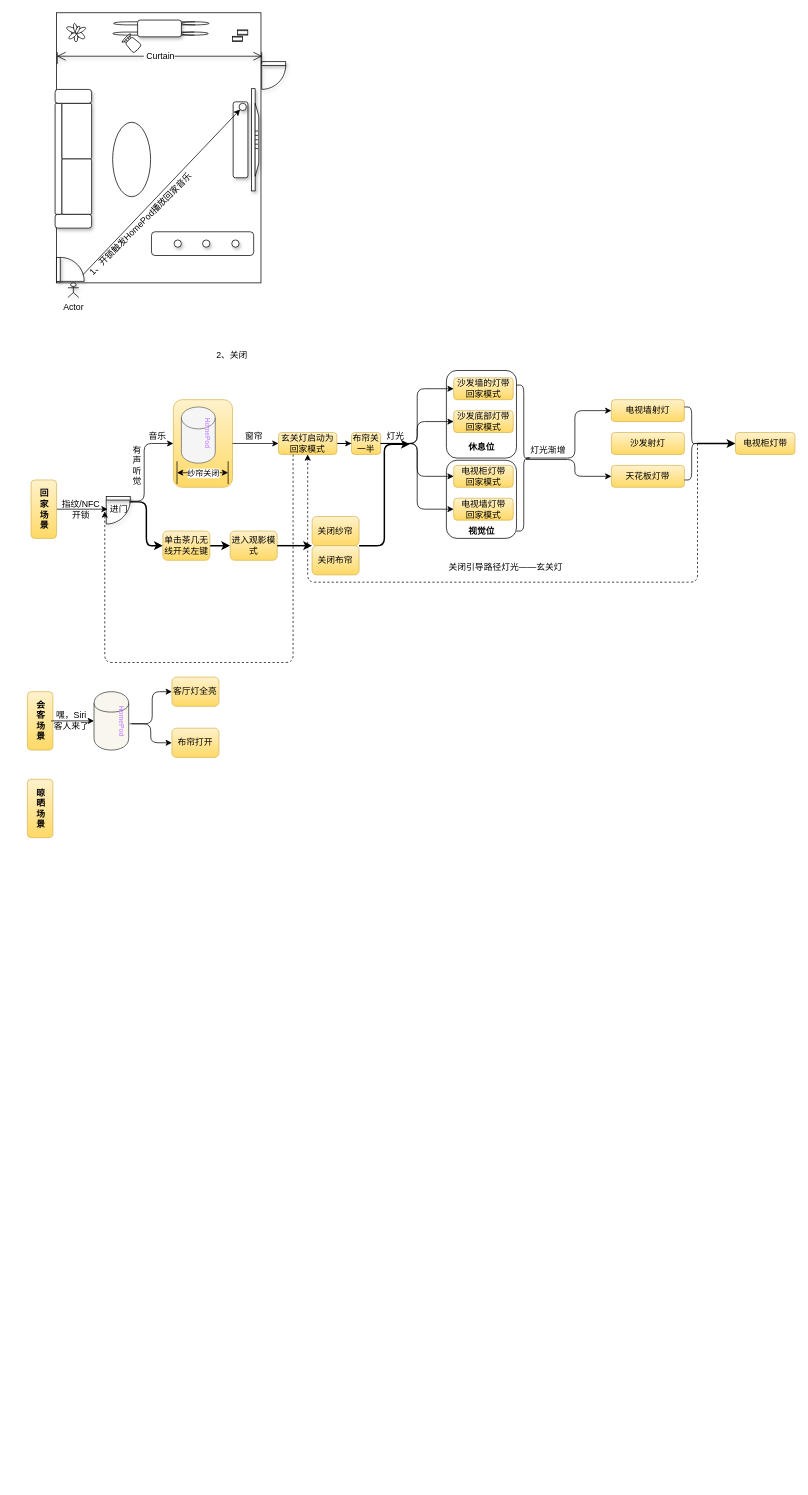
Before: PowerofAqara.drawio in UTOUUCENTER-CD/Adv-Mathematics, a draw.io diagram. Source tidied: cells renumbered, new cells numbered last; positions are measured from the earlier drawing's top-left corner, leaving out a move shared by most shapes. Both pictures are drawn from the tidied source at 73%, with x=0, y=0 at pixel (4, -25).
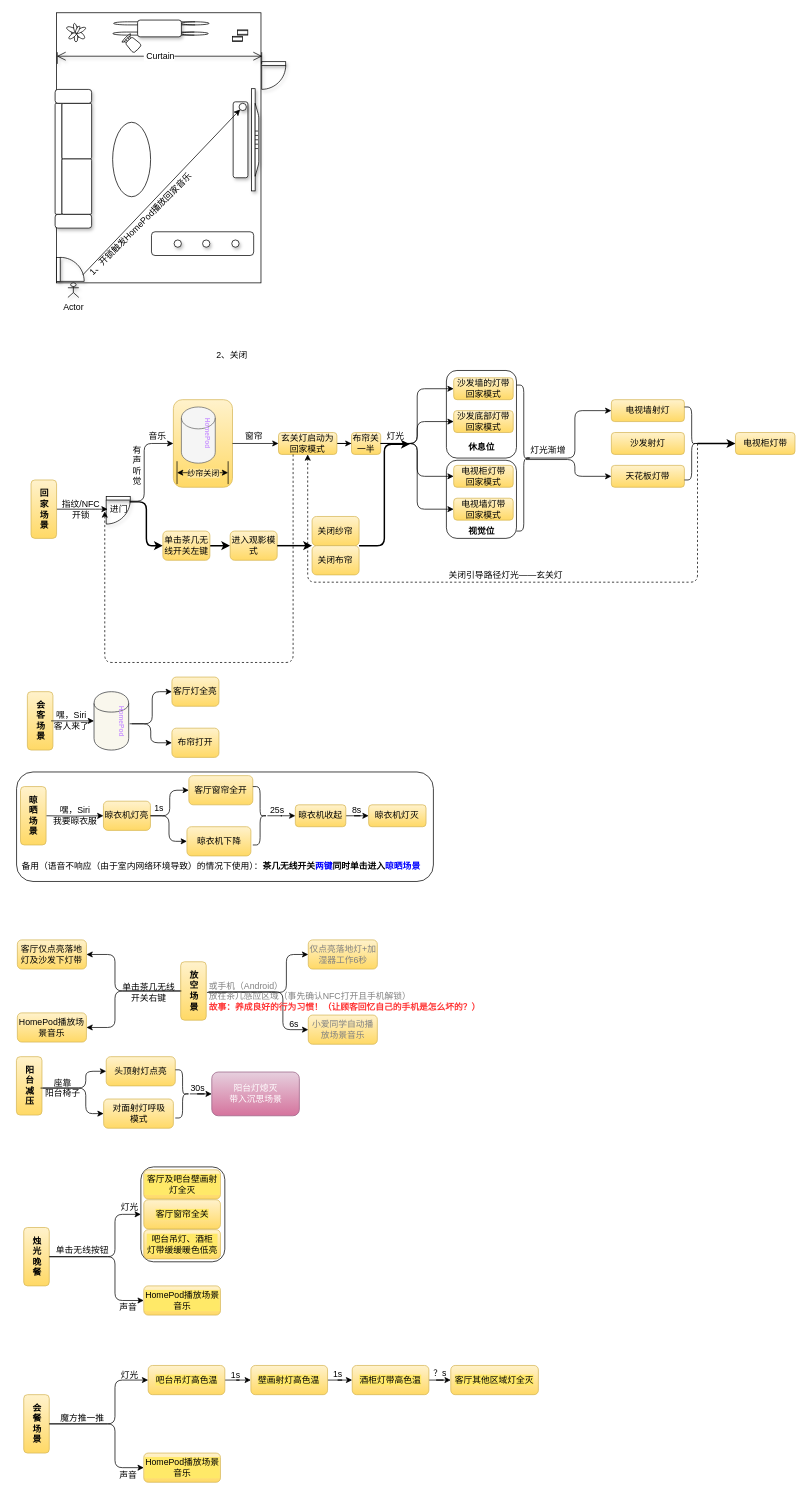
After the change.

Unchanged cells that the change refers to:
```xml
<mxCell id="41" style="endArrow=classic;startArrow=classic;html=1;exitX=0.5;exitY=1;exitDx=0;exitDy=0;entryX=0.5;entryY=0;entryDx=0;entryDy=0;" parent="1" edge="1" source="40" target="40">
  <mxGeometry relative="1" as="geometry" />
</mxCell>
```

What changed in the source:
```diff
@@
+    <mxCell id="95" style="rounded=1;whiteSpace=wrap;html=1;labelBackgroundColor=#FFE968;" parent="1" vertex="1">
+      <mxGeometry x="187.5" y="1632" width="115" height="130" as="geometry" />
+    </mxCell>
+    <mxCell id="96" style="rounded=1;whiteSpace=wrap;html=1;labelBackgroundColor=#FFE968;" parent="1" vertex="1">
+      <mxGeometry x="17.2" y="1091" width="571" height="150" as="geometry" />
+    </mxCell>
@@
-    <mxCell id="42" value="纱帘关闭" style="edgeLabel;html=1;align=center;verticalAlign=middle;" parent="41" vertex="1">
+    <mxCell id="42" value="纱帘关闭" style="edgeLabel;html=1;align=center;verticalAlign=middle;labelBackgroundColor=#ffe79e;" parent="41" vertex="1">
       <mxGeometry x="-0.37" relative="1" as="geometry">
         <mxPoint x="13" as="offset" />
       </mxGeometry>
     </mxCell>
@@
     <mxCell id="70" value="关闭引导路径灯光——玄关灯" style="text;html=1;align=center;verticalAlign=middle;" parent="1" vertex="1">
-      <mxGeometry x="602" y="801" width="170" height="20" as="geometry" />
+      <mxGeometry x="602" y="812" width="170" height="20" as="geometry" />
     </mxCell>
@@
     <mxCell id="93" style="rounded=1;whiteSpace=wrap;html=1;shadow=0;gradientColor=#ffd966;fillColor=#fff2cc;strokeColor=#d6b656;strokeWidth=1;" parent="1" vertex="1">
-      <mxGeometry x="32" y="1101" width="35" height="80" as="geometry" />
+      <mxGeometry x="22.6" y="1111" width="35" height="80" as="geometry" />
     </mxCell>
     <mxCell id="94" value="&lt;b&gt;晾&lt;br&gt;晒&lt;br&gt;场&lt;br&gt;景&lt;/b&gt;" style="text;html=1;align=center;verticalAlign=middle;strokeWidth=1;" parent="1" vertex="1">
-      <mxGeometry x="34.5" y="1111" width="30" height="60" as="geometry" />
+      <mxGeometry x="25.1" y="1121" width="30" height="60" as="geometry" />
     </mxCell>
+    <mxCell id="97" style="edgeStyle=orthogonalEdgeStyle;rounded=0;jettySize=auto;html=1;strokeWidth=1;entryX=0;entryY=0.5;entryDx=0;entryDy=0;" parent="1" edge="1" target="99">
+      <mxGeometry relative="1" as="geometry">
+        <mxPoint x="58.2" y="1151" as="sourcePoint" />
+      </mxGeometry>
+    </mxCell>
+    <mxCell id="98" value="嘿，Siri&lt;br&gt;我要晾衣服" style="text;html=1;align=center;verticalAlign=middle;strokeWidth=1;" parent="1" vertex="1">
+      <mxGeometry x="57.4" y="1136" width="80" height="30" as="geometry" />
+    </mxCell>
+    <mxCell id="99" value="晾衣机灯亮" style="whiteSpace=wrap;html=1;rounded=1;shadow=0;strokeColor=#d6b656;fillColor=#fff2cc;gradientColor=#ffd966;strokeWidth=1;" parent="1" vertex="1">
+      <mxGeometry x="136.2" y="1131" width="64.4" height="40" as="geometry" />
+    </mxCell>
+    <mxCell id="100" value="客厅窗帘全开" style="whiteSpace=wrap;html=1;rounded=1;shadow=0;strokeColor=#d6b656;fillColor=#fff2cc;gradientColor=#ffd966;strokeWidth=1;" parent="1" vertex="1">
+      <mxGeometry x="253.2" y="1096" width="87.6" height="40" as="geometry" />
+    </mxCell>
+    <mxCell id="101" value="1s" style="text;html=1;align=center;verticalAlign=middle;" parent="1" vertex="1">
+      <mxGeometry x="196.7" y="1131" width="30" height="20" as="geometry" />
+    </mxCell>
+    <mxCell id="102" style="edgeStyle=elbowEdgeStyle;elbow=horizontal;endArrow=classic;html=1;strokeWidth=1;exitX=1;exitY=0.5;exitDx=0;exitDy=0;entryX=0;entryY=0.5;entryDx=0;entryDy=0;" parent="1" edge="1" source="99" target="100">
+      <mxGeometry relative="1" as="geometry" />
+    </mxCell>
+    <mxCell id="103" style="edgeStyle=elbowEdgeStyle;elbow=horizontal;endArrow=classic;html=1;strokeWidth=1;exitX=1;exitY=0.5;exitDx=0;exitDy=0;entryX=0;entryY=0.5;entryDx=0;entryDy=0;" parent="1" edge="1" source="99" target="104">
+      <mxGeometry relative="1" as="geometry" />
+    </mxCell>
+    <mxCell id="104" value="晾衣机下降" style="whiteSpace=wrap;html=1;rounded=1;shadow=0;strokeColor=#d6b656;fillColor=#fff2cc;gradientColor=#ffd966;strokeWidth=1;" parent="1" vertex="1">
+      <mxGeometry x="250.6" y="1166" width="87.6" height="40" as="geometry" />
+    </mxCell>
+    <mxCell id="105" style="edgeStyle=orthogonalEdgeStyle;rounded=0;jettySize=auto;html=1;" parent="1" edge="1" source="106" target="108">
+      <mxGeometry relative="1" as="geometry" />
+    </mxCell>
+    <mxCell id="106" style="shape=curlyBracket;whiteSpace=wrap;html=1;rounded=1;shadow=0;rotation=-180;" parent="1" vertex="1">
+      <mxGeometry x="340.8" y="1111" width="20" height="80" as="geometry" />
+    </mxCell>
+    <mxCell id="107" style="edgeStyle=orthogonalEdgeStyle;rounded=0;jettySize=auto;html=1;" parent="1" edge="1" source="108" target="110">
+      <mxGeometry relative="1" as="geometry" />
+    </mxCell>
+    <mxCell id="108" value="晾衣机收起" style="whiteSpace=wrap;html=1;rounded=1;shadow=0;gradientColor=#ffd966;fillColor=#fff2cc;strokeColor=#d6b656;" parent="1" vertex="1">
+      <mxGeometry x="399.1" y="1136" width="69.1" height="30" as="geometry" />
+    </mxCell>
+    <mxCell id="109" value="25s" style="text;html=1;align=center;verticalAlign=middle;" parent="1" vertex="1">
+      <mxGeometry x="359.2" y="1134" width="30" height="20" as="geometry" />
+    </mxCell>
+    <mxCell id="110" value="晾衣机灯灭" style="whiteSpace=wrap;html=1;rounded=1;shadow=0;gradientColor=#ffd966;fillColor=#fff2cc;strokeColor=#d6b656;" parent="1" vertex="1">
+      <mxGeometry x="499.5" y="1136" width="78.6" height="30" as="geometry" />
+    </mxCell>
+    <mxCell id="111" value="8s" style="text;html=1;align=center;verticalAlign=middle;" parent="1" vertex="1">
+      <mxGeometry x="468.2" y="1134" width="30" height="20" as="geometry" />
+    </mxCell>
+    <mxCell id="112" value="备用（语音不响应（由于室内网络环境导致）的情况下使用）：&lt;b&gt;茶几无线开关&lt;font color=&quot;#0000ff&quot;&gt;两键&lt;/font&gt;同时单击进入&lt;font color=&quot;#0000ff&quot;&gt;晾晒场景&lt;/font&gt;&lt;/b&gt;" style="text;html=1;align=center;verticalAlign=middle;" parent="1" vertex="1">
+      <mxGeometry x="12" y="1211" width="570" height="20" as="geometry" />
+    </mxCell>
+    <mxCell id="113" value="客厅仅点亮落地灯及沙发下灯带" style="whiteSpace=wrap;html=1;rounded=1;shadow=0;strokeColor=#d6b656;fillColor=#fff2cc;gradientColor=#ffd966;strokeWidth=1;" parent="1" vertex="1">
+      <mxGeometry x="18.3" y="1321" width="94.6" height="40" as="geometry" />
+    </mxCell>
+    <mxCell id="114" value="单击茶几无线&lt;br&gt;开关右键" style="text;html=1;align=center;verticalAlign=middle;" parent="1" vertex="1">
+      <mxGeometry x="153" y="1378" width="90" height="30" as="geometry" />
+    </mxCell>
+    <mxCell id="115" style="edgeStyle=elbowEdgeStyle;elbow=horizontal;endArrow=classic;html=1;strokeWidth=1;exitX=0;exitY=0.5;exitDx=0;exitDy=0;" parent="1" edge="1" source="117" target="113">
+      <mxGeometry relative="1" as="geometry">
+        <Array as="points">
+          <mxPoint x="152" y="1341" />
+          <mxPoint x="372" y="1383" />
+        </Array>
+      </mxGeometry>
+    </mxCell>
+    <mxCell id="116" style="group;" parent="1" vertex="1">
+      <mxGeometry x="242" y="1351" width="35" height="80" as="geometry" />
+    </mxCell>
+    <mxCell id="117" style="rounded=1;whiteSpace=wrap;html=1;shadow=0;gradientColor=#ffd966;fillColor=#fff2cc;strokeColor=#d6b656;strokeWidth=1;" parent="116" vertex="1">
+      <mxGeometry width="35" height="80" as="geometry" />
+    </mxCell>
+    <mxCell id="118" value="&lt;b&gt;放&lt;br&gt;空&lt;br&gt;场&lt;br&gt;景&lt;/b&gt;" style="text;html=1;align=center;verticalAlign=middle;points=[];strokeWidth=1;" parent="116" vertex="1">
+      <mxGeometry x="2.5" y="10" width="30" height="60" as="geometry" />
+    </mxCell>
+    <mxCell id="119" style="edgeStyle=elbowEdgeStyle;elbow=horizontal;endArrow=classic;html=1;strokeWidth=1;entryX=1;entryY=0.5;entryDx=0;entryDy=0;exitX=-0.05;exitY=0.5;exitDx=0;exitDy=0;exitPerimeter=0;" parent="1" edge="1" source="118" target="120">
+      <mxGeometry relative="1" as="geometry">
+        <Array as="points">
+          <mxPoint x="152" y="1421" />
+          <mxPoint x="372" y="1393" />
+          <mxPoint x="372" y="1433" />
+        </Array>
+      </mxGeometry>
+    </mxCell>
+    <mxCell id="120" value="HomePod播放场景音乐" style="whiteSpace=wrap;html=1;rounded=1;shadow=0;strokeColor=#d6b656;fillColor=#fff2cc;gradientColor=#ffd966;strokeWidth=1;" parent="1" vertex="1">
+      <mxGeometry x="18.3" y="1421" width="94.6" height="40" as="geometry" />
+    </mxCell>
+    <mxCell id="121" value="&lt;font color=&quot;#808080&quot;&gt;仅点亮落地灯+加湿器工作6秒&lt;/font&gt;" style="whiteSpace=wrap;html=1;rounded=1;shadow=0;strokeColor=#d6b656;fillColor=#fff2cc;gradientColor=#ffd966;strokeWidth=1;" parent="1" vertex="1">
+      <mxGeometry x="416.8" y="1321" width="94.6" height="40" as="geometry" />
+    </mxCell>
+    <mxCell id="122" style="edgeStyle=elbowEdgeStyle;elbow=horizontal;endArrow=classic;html=1;strokeWidth=1;exitX=1.117;exitY=0.533;exitDx=0;exitDy=0;exitPerimeter=0;entryX=0;entryY=0.5;entryDx=0;entryDy=0;" parent="1" edge="1" source="118" target="121">
+      <mxGeometry relative="1" as="geometry">
+        <Array as="points">
+          <mxPoint x="386.8" y="1394" />
+          <mxPoint x="372" y="1433" />
+          <mxPoint x="382" y="1393" />
+        </Array>
+      </mxGeometry>
+    </mxCell>
+    <mxCell id="123" value="&lt;font color=&quot;#808080&quot;&gt;小爱同学自动播放场景音乐&lt;/font&gt;" style="whiteSpace=wrap;html=1;rounded=1;shadow=0;strokeColor=#d6b656;fillColor=#fff2cc;gradientColor=#ffd966;strokeWidth=1;" parent="1" vertex="1">
+      <mxGeometry x="416.8" y="1424" width="94.6" height="40" as="geometry" />
+    </mxCell>
+    <mxCell id="124" style="edgeStyle=elbowEdgeStyle;elbow=horizontal;endArrow=classic;html=1;strokeWidth=1;entryX=0;entryY=0.5;entryDx=0;entryDy=0;exitX=0.004;exitY=0.36;exitDx=0;exitDy=0;exitPerimeter=0;" parent="1" edge="1" source="138" target="123">
+      <mxGeometry relative="1" as="geometry">
+        <Array as="points">
+          <mxPoint x="382" y="1421" />
+          <mxPoint x="396.8" y="1404" />
+          <mxPoint x="382" y="1443" />
+          <mxPoint x="392" y="1403" />
+        </Array>
+      </mxGeometry>
+    </mxCell>
+    <mxCell id="125" value="6s" style="text;html=1;align=center;verticalAlign=middle;" parent="1" vertex="1">
+      <mxGeometry x="382" y="1427" width="30" height="20" as="geometry" />
+    </mxCell>
+    <mxCell id="126" style="group;" parent="1" vertex="1">
+      <mxGeometry x="17" y="1481" width="35" height="80" as="geometry" />
+    </mxCell>
+    <mxCell id="127" style="rounded=1;whiteSpace=wrap;html=1;shadow=0;gradientColor=#ffd966;fillColor=#fff2cc;strokeColor=#d6b656;strokeWidth=1;" parent="126" vertex="1">
+      <mxGeometry width="35" height="80" as="geometry" />
+    </mxCell>
+    <mxCell id="128" value="&lt;b&gt;阳&lt;br&gt;台&lt;br&gt;减&lt;br&gt;压&lt;/b&gt;" style="text;html=1;align=center;verticalAlign=middle;points=[];strokeWidth=1;" parent="126" vertex="1">
+      <mxGeometry x="2.5" y="10" width="30" height="60" as="geometry" />
+    </mxCell>
+    <mxCell id="129" value="头顶射灯点亮" style="whiteSpace=wrap;html=1;rounded=1;shadow=0;strokeColor=#d6b656;fillColor=#fff2cc;gradientColor=#ffd966;strokeWidth=1;" parent="1" vertex="1">
+      <mxGeometry x="140" y="1481" width="94.6" height="40" as="geometry" />
+    </mxCell>
+    <mxCell id="130" style="edgeStyle=elbowEdgeStyle;elbow=horizontal;endArrow=classic;html=1;strokeWidth=1;exitX=1.017;exitY=0.55;exitDx=0;exitDy=0;exitPerimeter=0;entryX=0;entryY=0.5;entryDx=0;entryDy=0;" parent="1" edge="1" source="128" target="129">
+      <mxGeometry relative="1" as="geometry">
+        <Array as="points">
+          <mxPoint x="112" y="1511" />
+          <mxPoint x="92" y="1511" />
+          <mxPoint x="382" y="1443" />
+          <mxPoint x="392" y="1403" />
+        </Array>
+      </mxGeometry>
+    </mxCell>
+    <mxCell id="131" value="座靠&lt;br&gt;阳台椅子" style="text;html=1;align=center;verticalAlign=middle;" parent="1" vertex="1">
+      <mxGeometry x="50" y="1509" width="60" height="30" as="geometry" />
+    </mxCell>
+    <mxCell id="132" style="edgeStyle=elbowEdgeStyle;elbow=horizontal;endArrow=classic;html=1;strokeWidth=1;entryX=0;entryY=0.5;entryDx=0;entryDy=0;" parent="1" edge="1" target="133">
+      <mxGeometry relative="1" as="geometry">
+        <mxPoint x="53" y="1524" as="sourcePoint" />
+        <Array as="points">
+          <mxPoint x="112" y="1551" />
+          <mxPoint x="102" y="1551" />
+          <mxPoint x="112" y="1521" />
+          <mxPoint x="102" y="1521" />
+          <mxPoint x="392" y="1453" />
+          <mxPoint x="402" y="1413" />
+        </Array>
+      </mxGeometry>
+    </mxCell>
+    <mxCell id="133" value="对面射灯呼吸&lt;br&gt;模式" style="whiteSpace=wrap;html=1;rounded=1;shadow=0;strokeColor=#d6b656;fillColor=#fff2cc;gradientColor=#ffd966;strokeWidth=1;" parent="1" vertex="1">
+      <mxGeometry x="136.5" y="1539" width="95.5" height="40" as="geometry" />
+    </mxCell>
+    <mxCell id="134" style="edgeStyle=orthogonalEdgeStyle;rounded=0;jettySize=auto;html=1;" parent="1" edge="1" source="135" target="136">
+      <mxGeometry relative="1" as="geometry" />
+    </mxCell>
+    <mxCell id="135" style="shape=curlyBracket;whiteSpace=wrap;html=1;rounded=1;shadow=0;rotation=-180;" parent="1" vertex="1">
+      <mxGeometry x="234.6" y="1499" width="20" height="66" as="geometry" />
+    </mxCell>
+    <mxCell id="136" value="&lt;font color=&quot;#ffffff&quot;&gt;阳台灯熄灭&lt;br&gt;带入沉思场景&lt;/font&gt;" style="whiteSpace=wrap;html=1;rounded=1;shadow=0;gradientColor=#d5739d;fillColor=#e6d0de;strokeColor=#996185;" parent="1" vertex="1">
+      <mxGeometry x="284.6" y="1502" width="120" height="60" as="geometry" />
+    </mxCell>
+    <mxCell id="137" value="30s" style="text;html=1;align=center;verticalAlign=middle;" parent="1" vertex="1">
+      <mxGeometry x="250" y="1514" width="30" height="20" as="geometry" />
+    </mxCell>
+    <mxCell id="138" value="&lt;div&gt;&lt;span&gt;&lt;font color=&quot;#808080&quot;&gt;或手机（Android）&lt;/font&gt;&lt;/span&gt;&lt;/div&gt;&lt;font color=&quot;#808080&quot;&gt;放在茶几感应区域（事先确认NFC打开且手机解锁）&lt;/font&gt;&lt;br&gt;&lt;div&gt;&lt;span style=&quot;color: rgb(255 , 51 , 51)&quot;&gt;&lt;b&gt;故事：养成良好的行为习惯！（让顾客回忆自己的手机是怎么坏的？）&lt;/b&gt;&lt;/span&gt;&lt;/div&gt;" style="text;html=1;align=left;verticalAlign=middle;points=[];" parent="1" vertex="1">
+      <mxGeometry x="278.5" y="1374" width="390" height="50" as="geometry" />
+    </mxCell>
+    <mxCell id="139" value="客厅及吧台壁画射灯全灭" style="rounded=1;whiteSpace=wrap;html=1;labelBackgroundColor=#FFE968;gradientColor=#ffd966;fillColor=#fff2cc;strokeColor=#d6b656;" parent="1" vertex="1">
+      <mxGeometry x="191.5" y="1636" width="105" height="40" as="geometry" />
+    </mxCell>
+    <mxCell id="140" style="group;" parent="1" vertex="1">
+      <mxGeometry x="27" y="1715" width="35" height="80" as="geometry" />
+    </mxCell>
+    <mxCell id="141" style="rounded=1;whiteSpace=wrap;html=1;shadow=0;gradientColor=#ffd966;fillColor=#fff2cc;strokeColor=#d6b656;strokeWidth=1;" parent="140" vertex="1">
+      <mxGeometry width="35" height="80" as="geometry" />
+    </mxCell>
+    <mxCell id="142" value="&lt;b&gt;烛&lt;br&gt;光&lt;br&gt;晚&lt;br&gt;餐&lt;br&gt;&lt;/b&gt;" style="text;html=1;align=center;verticalAlign=middle;strokeWidth=1;" parent="140" vertex="1">
+      <mxGeometry x="2.5" y="10" width="30" height="60" as="geometry" />
+    </mxCell>
+    <mxCell id="143" style="edgeStyle=elbowEdgeStyle;elbow=horizontal;endArrow=classic;html=1;strokeWidth=1;exitX=1;exitY=0.5;exitDx=0;exitDy=0;entryX=0;entryY=0.5;entryDx=0;entryDy=0;" parent="1" edge="1" source="141" target="95">
+      <mxGeometry relative="1" as="geometry">
+        <Array as="points">
+          <mxPoint x="152" y="1741" />
+          <mxPoint x="102" y="1521" />
+          <mxPoint x="392" y="1453" />
+          <mxPoint x="402" y="1413" />
+        </Array>
+      </mxGeometry>
+    </mxCell>
+    <mxCell id="144" value="单击无线按钮" style="text;html=1;align=center;verticalAlign=middle;" parent="1" vertex="1">
+      <mxGeometry x="61.5" y="1737" width="90" height="20" as="geometry" />
+    </mxCell>
+    <mxCell id="145" value="HomePod播放场景音乐" style="rounded=1;whiteSpace=wrap;html=1;labelBackgroundColor=#FFE968;gradientColor=#ffd966;fillColor=#fff2cc;strokeColor=#d6b656;" parent="1" vertex="1">
+      <mxGeometry x="191.5" y="1795" width="105" height="40" as="geometry" />
+    </mxCell>
+    <mxCell id="146" value="灯光" style="text;html=1;align=center;verticalAlign=middle;" parent="1" vertex="1">
+      <mxGeometry x="151.5" y="1678" width="40" height="20" as="geometry" />
+    </mxCell>
+    <mxCell id="147" style="edgeStyle=elbowEdgeStyle;elbow=horizontal;endArrow=classic;html=1;strokeWidth=1;exitX=1;exitY=0.5;exitDx=0;exitDy=0;entryX=0;entryY=0.5;entryDx=0;entryDy=0;" parent="1" edge="1" source="141" target="145">
+      <mxGeometry relative="1" as="geometry">
+        <Array as="points">
+          <mxPoint x="152" y="1771" />
+          <mxPoint x="112" y="1531" />
+          <mxPoint x="402" y="1463" />
+          <mxPoint x="412" y="1423" />
+        </Array>
+      </mxGeometry>
+    </mxCell>
+    <mxCell id="148" value="声音" style="text;html=1;align=center;verticalAlign=middle;" parent="1" vertex="1">
+      <mxGeometry x="150" y="1815" width="40" height="20" as="geometry" />
+    </mxCell>
+    <mxCell id="149" value="客厅窗帘全关" style="rounded=1;whiteSpace=wrap;html=1;labelBackgroundColor=#FFE968;gradientColor=#ffd966;fillColor=#fff2cc;strokeColor=#d6b656;" parent="1" vertex="1">
+      <mxGeometry x="191.5" y="1677" width="105" height="40" as="geometry" />
+    </mxCell>
+    <mxCell id="150" value="吧台吊灯、酒柜&lt;br&gt;灯带缓缓暖色低亮" style="rounded=1;whiteSpace=wrap;html=1;labelBackgroundColor=#FFE968;gradientColor=#ffd966;fillColor=#fff2cc;strokeColor=#d6b656;" parent="1" vertex="1">
+      <mxGeometry x="191.5" y="1718" width="105" height="40" as="geometry" />
+    </mxCell>
+    <mxCell id="151" style="edgeStyle=orthogonalEdgeStyle;rounded=0;jettySize=auto;html=1;" parent="1" edge="1" source="152" target="163">
+      <mxGeometry relative="1" as="geometry" />
+    </mxCell>
+    <mxCell id="152" value="吧台吊灯高色温" style="rounded=1;whiteSpace=wrap;html=1;labelBackgroundColor=#FFE968;gradientColor=#ffd966;fillColor=#fff2cc;strokeColor=#d6b656;" parent="1" vertex="1">
+      <mxGeometry x="197.5" y="1904" width="105" height="40" as="geometry" />
+    </mxCell>
+    <mxCell id="153" style="group;" parent="1" vertex="1">
+      <mxGeometry x="27" y="1944" width="35" height="80" as="geometry" />
+    </mxCell>
+    <mxCell id="154" style="rounded=1;whiteSpace=wrap;html=1;shadow=0;gradientColor=#ffd966;fillColor=#fff2cc;strokeColor=#d6b656;strokeWidth=1;" parent="153" vertex="1">
+      <mxGeometry width="35" height="80" as="geometry" />
+    </mxCell>
+    <mxCell id="155" value="&lt;b&gt;会&lt;br&gt;餐&lt;br&gt;场&lt;br&gt;景&lt;br&gt;&lt;/b&gt;" style="text;html=1;align=center;verticalAlign=middle;strokeWidth=1;" parent="153" vertex="1">
+      <mxGeometry x="2.5" y="10" width="30" height="60" as="geometry" />
+    </mxCell>
+    <mxCell id="156" style="edgeStyle=elbowEdgeStyle;elbow=horizontal;endArrow=classic;html=1;strokeWidth=1;exitX=1;exitY=0.5;exitDx=0;exitDy=0;entryX=0;entryY=0.5;entryDx=0;entryDy=0;" parent="1" edge="1" source="154" target="152">
+      <mxGeometry relative="1" as="geometry">
+        <Array as="points">
+          <mxPoint x="152" y="1970" />
+          <mxPoint x="102" y="1750" />
+          <mxPoint x="392" y="1682" />
+          <mxPoint x="402" y="1642" />
+        </Array>
+      </mxGeometry>
+    </mxCell>
+    <mxCell id="157" value="魔方推一推" style="text;html=1;align=center;verticalAlign=middle;" parent="1" vertex="1">
+      <mxGeometry x="66.5" y="1966" width="80" height="20" as="geometry" />
+    </mxCell>
+    <mxCell id="158" value="HomePod播放场景音乐" style="rounded=1;whiteSpace=wrap;html=1;labelBackgroundColor=#FFE968;gradientColor=#ffd966;fillColor=#fff2cc;strokeColor=#d6b656;" parent="1" vertex="1">
+      <mxGeometry x="191.5" y="2024" width="105" height="40" as="geometry" />
+    </mxCell>
+    <mxCell id="159" value="灯光" style="text;html=1;align=center;verticalAlign=middle;" parent="1" vertex="1">
+      <mxGeometry x="151.5" y="1907" width="40" height="20" as="geometry" />
+    </mxCell>
+    <mxCell id="160" style="edgeStyle=elbowEdgeStyle;elbow=horizontal;endArrow=classic;html=1;strokeWidth=1;exitX=1;exitY=0.5;exitDx=0;exitDy=0;entryX=0;entryY=0.5;entryDx=0;entryDy=0;" parent="1" edge="1" source="154" target="158">
+      <mxGeometry relative="1" as="geometry">
+        <Array as="points">
+          <mxPoint x="152" y="2000" />
+          <mxPoint x="112" y="1760" />
+          <mxPoint x="402" y="1692" />
+          <mxPoint x="412" y="1652" />
+        </Array>
+      </mxGeometry>
+    </mxCell>
+    <mxCell id="161" value="声音" style="text;html=1;align=center;verticalAlign=middle;" parent="1" vertex="1">
+      <mxGeometry x="150" y="2044" width="40" height="20" as="geometry" />
+    </mxCell>
+    <mxCell id="162" style="edgeStyle=orthogonalEdgeStyle;rounded=0;jettySize=auto;html=1;" parent="1" edge="1" source="163" target="165">
+      <mxGeometry relative="1" as="geometry" />
+    </mxCell>
+    <mxCell id="163" value="壁画射灯高色温" style="rounded=1;whiteSpace=wrap;html=1;labelBackgroundColor=#FFE968;gradientColor=#ffd966;fillColor=#fff2cc;strokeColor=#d6b656;" parent="1" vertex="1">
+      <mxGeometry x="338.2" y="1904" width="105" height="40" as="geometry" />
+    </mxCell>
+    <mxCell id="164" style="edgeStyle=orthogonalEdgeStyle;rounded=0;jettySize=auto;html=1;" parent="1" edge="1" source="165" target="168">
+      <mxGeometry relative="1" as="geometry" />
+    </mxCell>
+    <mxCell id="165" value="酒柜灯带高色温" style="rounded=1;whiteSpace=wrap;html=1;labelBackgroundColor=#FFE968;gradientColor=#ffd966;fillColor=#fff2cc;strokeColor=#d6b656;" parent="1" vertex="1">
+      <mxGeometry x="477" y="1904" width="105" height="40" as="geometry" />
+    </mxCell>
+    <mxCell id="166" value="1s" style="text;html=1;align=center;verticalAlign=middle;" parent="1" vertex="1">
+      <mxGeometry x="302" y="1907" width="30" height="20" as="geometry" />
+    </mxCell>
+    <mxCell id="167" value="1s" style="text;html=1;align=center;verticalAlign=middle;" parent="1" vertex="1">
+      <mxGeometry x="442.2" y="1906" width="30" height="20" as="geometry" />
+    </mxCell>
+    <mxCell id="168" value="客厅其他区域灯全灭" style="rounded=1;whiteSpace=wrap;html=1;labelBackgroundColor=#FFE968;gradientColor=#ffd966;fillColor=#fff2cc;strokeColor=#d6b656;" parent="1" vertex="1">
+      <mxGeometry x="612" y="1904" width="120" height="40" as="geometry" />
+    </mxCell>
+    <mxCell id="169" value="？s" style="text;html=1;align=center;verticalAlign=middle;" parent="1" vertex="1">
+      <mxGeometry x="582" y="1905" width="30" height="20" as="geometry" />
+    </mxCell>
```
